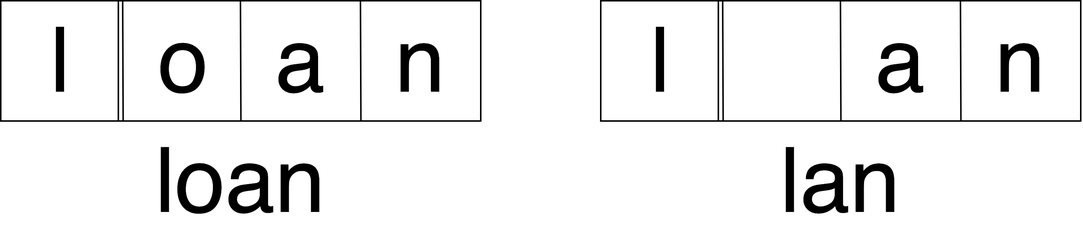
This is diagram-elements in word.png from linhabc/Learning_viet, a draw.io export, as it was before one commit. Source tidied: cells renumbered, new cells last; positions are measured from the earlier drawing's top-left corner, leaving out a move shared by most shapes.
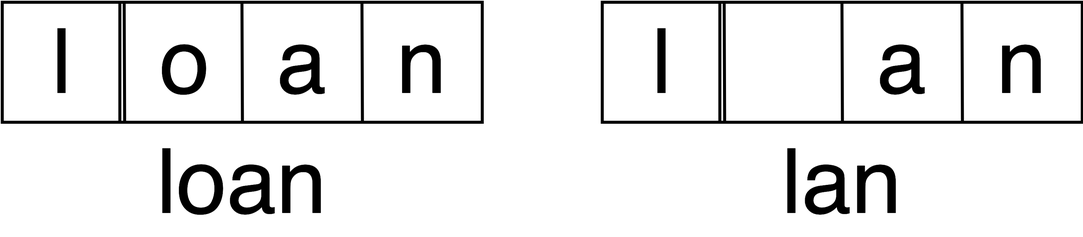
The same file after the commit.

Change to the diagram source:
```diff
@@ -2,73 +2,73 @@
   <root>
     <mxCell id="0" />
     <mxCell id="1" parent="0" />
-    <mxCell id="2" style="rounded=0;whiteSpace=wrap;html=1;fontSize=20;strokeColor=#000000;strokeWidth=1;gradientColor=#ffffff;" parent="1" vertex="1">
+    <mxCell id="2" style="rounded=0;whiteSpace=wrap;html=1;fontSize=20;strokeColor=#000000;strokeWidth=2;gradientColor=#ffffff;" parent="1" vertex="1">
       <mxGeometry width="320" height="80" as="geometry" />
     </mxCell>
-    <mxCell id="3" style="endArrow=none;html=1;fontSize=20;entryX=0.245;entryY=-0.002;entryDx=0;entryDy=0;entryPerimeter=0;exitX=0.245;exitY=1.003;exitDx=0;exitDy=0;exitPerimeter=0;" parent="1" edge="1" source="2" target="2">
+    <mxCell id="3" style="endArrow=none;html=1;fontSize=20;entryX=0.245;entryY=-0.002;entryDx=0;entryDy=0;entryPerimeter=0;exitX=0.245;exitY=1.003;exitDx=0;exitDy=0;exitPerimeter=0;strokeWidth=2;" parent="1" edge="1" source="2" target="2">
       <mxGeometry relative="1" as="geometry" />
     </mxCell>
-    <mxCell id="4" style="endArrow=none;html=1;fontSize=20;entryX=0.254;entryY=-0.003;entryDx=0;entryDy=0;exitX=0.255;exitY=1.002;exitDx=0;exitDy=0;exitPerimeter=0;entryPerimeter=0;" parent="1" edge="1" source="2" target="2">
+    <mxCell id="4" style="endArrow=none;html=1;fontSize=20;entryX=0.254;entryY=-0.003;entryDx=0;entryDy=0;exitX=0.255;exitY=1.002;exitDx=0;exitDy=0;exitPerimeter=0;entryPerimeter=0;strokeWidth=2;" parent="1" edge="1" source="2" target="2">
       <mxGeometry relative="1" as="geometry" />
     </mxCell>
-    <mxCell id="5" style="endArrow=none;html=1;fontSize=20;entryX=0.254;entryY=-0.003;entryDx=0;entryDy=0;exitX=0.255;exitY=1.002;exitDx=0;exitDy=0;exitPerimeter=0;entryPerimeter=0;" parent="1" edge="1">
+    <mxCell id="5" style="endArrow=none;html=1;fontSize=20;entryX=0.254;entryY=-0.003;entryDx=0;entryDy=0;exitX=0.255;exitY=1.002;exitDx=0;exitDy=0;exitPerimeter=0;entryPerimeter=0;strokeWidth=2;" parent="1" edge="1">
       <mxGeometry relative="1" as="geometry">
         <mxPoint x="160.1" y="80.4" as="sourcePoint" />
         <mxPoint x="159.8" as="targetPoint" />
       </mxGeometry>
     </mxCell>
-    <mxCell id="6" style="endArrow=none;html=1;fontSize=20;entryX=0.254;entryY=-0.003;entryDx=0;entryDy=0;exitX=0.255;exitY=1.002;exitDx=0;exitDy=0;exitPerimeter=0;entryPerimeter=0;" parent="1" edge="1">
+    <mxCell id="6" style="endArrow=none;html=1;fontSize=20;entryX=0.254;entryY=-0.003;entryDx=0;entryDy=0;exitX=0.255;exitY=1.002;exitDx=0;exitDy=0;exitPerimeter=0;entryPerimeter=0;strokeWidth=2;" parent="1" edge="1">
       <mxGeometry relative="1" as="geometry">
         <mxPoint x="240.1" y="80" as="sourcePoint" />
         <mxPoint x="239.8" y="-0.4" as="targetPoint" />
       </mxGeometry>
     </mxCell>
-    <mxCell id="7" value="l&lt;font style=&quot;font-size: 60px;&quot;&gt;&lt;br style=&quot;font-size: 60px;&quot;&gt;&lt;/font&gt;" style="text;html=1;strokeColor=none;fillColor=none;align=center;verticalAlign=middle;whiteSpace=wrap;rounded=0;fontSize=60;" parent="1" vertex="1">
+    <mxCell id="7" value="l&lt;font style=&quot;font-size: 60px;&quot;&gt;&lt;br style=&quot;font-size: 60px;&quot;&gt;&lt;/font&gt;" style="text;html=1;strokeColor=none;fillColor=none;align=center;verticalAlign=middle;whiteSpace=wrap;rounded=0;fontSize=60;strokeWidth=2;" parent="1" vertex="1">
       <mxGeometry x="20" y="10" width="40" height="60" as="geometry" />
     </mxCell>
-    <mxCell id="8" value="o&lt;font style=&quot;font-size: 60px&quot;&gt;&lt;br style=&quot;font-size: 60px&quot;&gt;&lt;/font&gt;" style="text;html=1;strokeColor=none;fillColor=none;align=center;verticalAlign=middle;whiteSpace=wrap;rounded=0;fontSize=60;" parent="1" vertex="1">
+    <mxCell id="8" value="o&lt;font style=&quot;font-size: 60px&quot;&gt;&lt;br style=&quot;font-size: 60px&quot;&gt;&lt;/font&gt;" style="text;html=1;strokeColor=none;fillColor=none;align=center;verticalAlign=middle;whiteSpace=wrap;rounded=0;fontSize=60;strokeWidth=2;" parent="1" vertex="1">
       <mxGeometry x="101.6" y="10" width="40" height="60" as="geometry" />
     </mxCell>
-    <mxCell id="9" value="a&lt;font style=&quot;font-size: 60px&quot;&gt;&lt;br style=&quot;font-size: 60px&quot;&gt;&lt;/font&gt;" style="text;html=1;strokeColor=none;fillColor=none;align=center;verticalAlign=middle;whiteSpace=wrap;rounded=0;fontSize=60;" parent="1" vertex="1">
+    <mxCell id="9" value="a&lt;font style=&quot;font-size: 60px&quot;&gt;&lt;br style=&quot;font-size: 60px&quot;&gt;&lt;/font&gt;" style="text;html=1;strokeColor=none;fillColor=none;align=center;verticalAlign=middle;whiteSpace=wrap;rounded=0;fontSize=60;strokeWidth=2;" parent="1" vertex="1">
       <mxGeometry x="180" y="10" width="40" height="60" as="geometry" />
     </mxCell>
-    <mxCell id="10" value="n&lt;font style=&quot;font-size: 60px&quot;&gt;&lt;br style=&quot;font-size: 60px&quot;&gt;&lt;/font&gt;" style="text;html=1;strokeColor=none;fillColor=none;align=center;verticalAlign=middle;whiteSpace=wrap;rounded=0;fontSize=60;" parent="1" vertex="1">
+    <mxCell id="10" value="n&lt;font style=&quot;font-size: 60px&quot;&gt;&lt;br style=&quot;font-size: 60px&quot;&gt;&lt;/font&gt;" style="text;html=1;strokeColor=none;fillColor=none;align=center;verticalAlign=middle;whiteSpace=wrap;rounded=0;fontSize=60;strokeWidth=2;" parent="1" vertex="1">
       <mxGeometry x="260" y="10" width="40" height="60" as="geometry" />
     </mxCell>
     <mxCell id="11" value="loan&lt;font style=&quot;font-size: 60px&quot;&gt;&lt;br style=&quot;font-size: 60px&quot;&gt;&lt;/font&gt;" style="text;html=1;strokeColor=none;fillColor=none;align=center;verticalAlign=middle;whiteSpace=wrap;rounded=0;fontSize=60;" parent="1" vertex="1">
       <mxGeometry x="100" y="90" width="120" height="60" as="geometry" />
     </mxCell>
-    <mxCell id="12" style="rounded=0;whiteSpace=wrap;html=1;fontSize=20;strokeColor=#000000;strokeWidth=1;gradientColor=#ffffff;" parent="1" vertex="1">
+    <mxCell id="12" style="rounded=0;whiteSpace=wrap;html=1;fontSize=20;strokeColor=#000000;strokeWidth=2;gradientColor=#ffffff;" parent="1" vertex="1">
       <mxGeometry x="400" width="320" height="80" as="geometry" />
     </mxCell>
-    <mxCell id="13" style="endArrow=none;html=1;fontSize=20;entryX=0.245;entryY=-0.002;entryDx=0;entryDy=0;entryPerimeter=0;exitX=0.245;exitY=1.003;exitDx=0;exitDy=0;exitPerimeter=0;" parent="1" edge="1" source="12" target="12">
+    <mxCell id="13" style="endArrow=none;html=1;fontSize=20;entryX=0.245;entryY=-0.002;entryDx=0;entryDy=0;entryPerimeter=0;exitX=0.245;exitY=1.003;exitDx=0;exitDy=0;exitPerimeter=0;strokeWidth=2;" parent="1" edge="1" source="12" target="12">
       <mxGeometry relative="1" as="geometry" />
     </mxCell>
-    <mxCell id="14" style="endArrow=none;html=1;fontSize=20;entryX=0.254;entryY=-0.003;entryDx=0;entryDy=0;exitX=0.255;exitY=1.002;exitDx=0;exitDy=0;exitPerimeter=0;entryPerimeter=0;" parent="1" edge="1" source="12" target="12">
+    <mxCell id="14" style="endArrow=none;html=1;fontSize=20;entryX=0.254;entryY=-0.003;entryDx=0;entryDy=0;exitX=0.255;exitY=1.002;exitDx=0;exitDy=0;exitPerimeter=0;entryPerimeter=0;strokeWidth=2;" parent="1" edge="1" source="12" target="12">
       <mxGeometry relative="1" as="geometry" />
     </mxCell>
-    <mxCell id="15" style="endArrow=none;html=1;fontSize=20;entryX=0.254;entryY=-0.003;entryDx=0;entryDy=0;exitX=0.255;exitY=1.002;exitDx=0;exitDy=0;exitPerimeter=0;entryPerimeter=0;" parent="1" edge="1">
+    <mxCell id="15" style="endArrow=none;html=1;fontSize=20;entryX=0.254;entryY=-0.003;entryDx=0;entryDy=0;exitX=0.255;exitY=1.002;exitDx=0;exitDy=0;exitPerimeter=0;entryPerimeter=0;strokeWidth=2;" parent="1" edge="1">
       <mxGeometry relative="1" as="geometry">
         <mxPoint x="560.1" y="80.4" as="sourcePoint" />
         <mxPoint x="559.8" as="targetPoint" />
       </mxGeometry>
     </mxCell>
-    <mxCell id="16" style="endArrow=none;html=1;fontSize=20;entryX=0.254;entryY=-0.003;entryDx=0;entryDy=0;exitX=0.255;exitY=1.002;exitDx=0;exitDy=0;exitPerimeter=0;entryPerimeter=0;" parent="1" edge="1">
+    <mxCell id="16" style="endArrow=none;html=1;fontSize=20;entryX=0.254;entryY=-0.003;entryDx=0;entryDy=0;exitX=0.255;exitY=1.002;exitDx=0;exitDy=0;exitPerimeter=0;entryPerimeter=0;strokeWidth=2;" parent="1" edge="1">
       <mxGeometry relative="1" as="geometry">
         <mxPoint x="640.1" y="80" as="sourcePoint" />
         <mxPoint x="639.8" y="-0.4" as="targetPoint" />
       </mxGeometry>
     </mxCell>
-    <mxCell id="17" value="l&lt;font style=&quot;font-size: 60px;&quot;&gt;&lt;br style=&quot;font-size: 60px;&quot;&gt;&lt;/font&gt;" style="text;html=1;strokeColor=none;fillColor=none;align=center;verticalAlign=middle;whiteSpace=wrap;rounded=0;fontSize=60;" parent="1" vertex="1">
+    <mxCell id="17" value="l&lt;font style=&quot;font-size: 60px;&quot;&gt;&lt;br style=&quot;font-size: 60px;&quot;&gt;&lt;/font&gt;" style="text;html=1;strokeColor=none;fillColor=none;align=center;verticalAlign=middle;whiteSpace=wrap;rounded=0;fontSize=60;strokeWidth=2;" parent="1" vertex="1">
       <mxGeometry x="420" y="10" width="40" height="60" as="geometry" />
     </mxCell>
-    <mxCell id="18" value="&lt;font style=&quot;font-size: 60px&quot;&gt;&lt;br style=&quot;font-size: 60px&quot;&gt;&lt;/font&gt;" style="text;html=1;strokeColor=none;fillColor=none;align=center;verticalAlign=middle;whiteSpace=wrap;rounded=0;fontSize=60;" parent="1" vertex="1">
+    <mxCell id="18" value="&lt;font style=&quot;font-size: 60px&quot;&gt;&lt;br style=&quot;font-size: 60px&quot;&gt;&lt;/font&gt;" style="text;html=1;strokeColor=none;fillColor=none;align=center;verticalAlign=middle;whiteSpace=wrap;rounded=0;fontSize=60;strokeWidth=2;" parent="1" vertex="1">
       <mxGeometry x="501.5" y="10" width="40" height="60" as="geometry" />
     </mxCell>
-    <mxCell id="19" value="a&lt;font style=&quot;font-size: 60px&quot;&gt;&lt;br style=&quot;font-size: 60px&quot;&gt;&lt;/font&gt;" style="text;html=1;strokeColor=none;fillColor=none;align=center;verticalAlign=middle;whiteSpace=wrap;rounded=0;fontSize=60;" parent="1" vertex="1">
+    <mxCell id="19" value="a&lt;font style=&quot;font-size: 60px&quot;&gt;&lt;br style=&quot;font-size: 60px&quot;&gt;&lt;/font&gt;" style="text;html=1;strokeColor=none;fillColor=none;align=center;verticalAlign=middle;whiteSpace=wrap;rounded=0;fontSize=60;strokeWidth=2;" parent="1" vertex="1">
       <mxGeometry x="580" y="10" width="40" height="60" as="geometry" />
     </mxCell>
-    <mxCell id="20" value="n&lt;font style=&quot;font-size: 60px&quot;&gt;&lt;br style=&quot;font-size: 60px&quot;&gt;&lt;/font&gt;" style="text;html=1;strokeColor=none;fillColor=none;align=center;verticalAlign=middle;whiteSpace=wrap;rounded=0;fontSize=60;" parent="1" vertex="1">
+    <mxCell id="20" value="n&lt;font style=&quot;font-size: 60px&quot;&gt;&lt;br style=&quot;font-size: 60px&quot;&gt;&lt;/font&gt;" style="text;html=1;strokeColor=none;fillColor=none;align=center;verticalAlign=middle;whiteSpace=wrap;rounded=0;fontSize=60;strokeWidth=2;" parent="1" vertex="1">
       <mxGeometry x="660" y="10" width="40" height="60" as="geometry" />
     </mxCell>
     <mxCell id="21" value="lan&lt;font style=&quot;font-size: 60px&quot;&gt;&lt;br style=&quot;font-size: 60px&quot;&gt;&lt;/font&gt;" style="text;html=1;strokeColor=none;fillColor=none;align=center;verticalAlign=middle;whiteSpace=wrap;rounded=0;fontSize=60;" parent="1" vertex="1">
```
